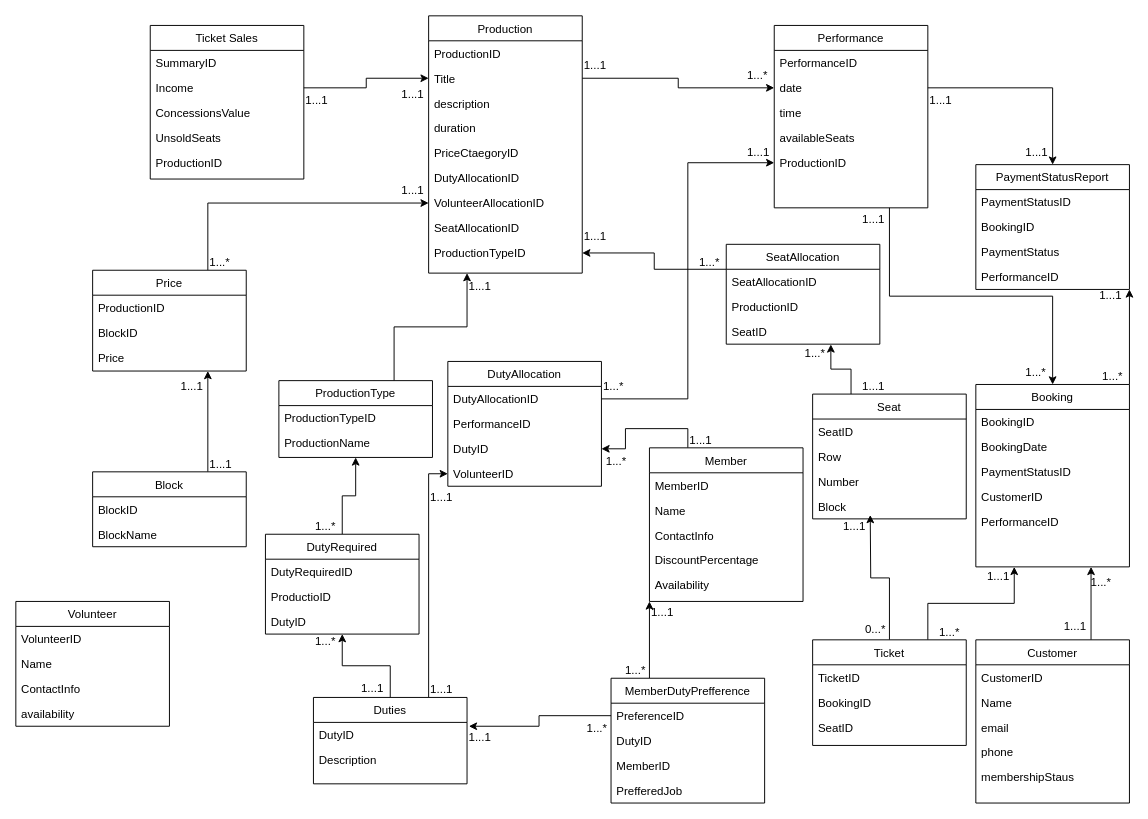
This is Untitled Diagram.drawio from iamheetp/ecomstore, a draw.io file, before an edit. Source tidied: cells renumbered, new cells numbered last; positions are measured from the earlier drawing's top-left corner, leaving out a move shared by most shapes. Both pictures are drawn from the tidied source at 96%, with x=0, y=0 at pixel (15, 15).
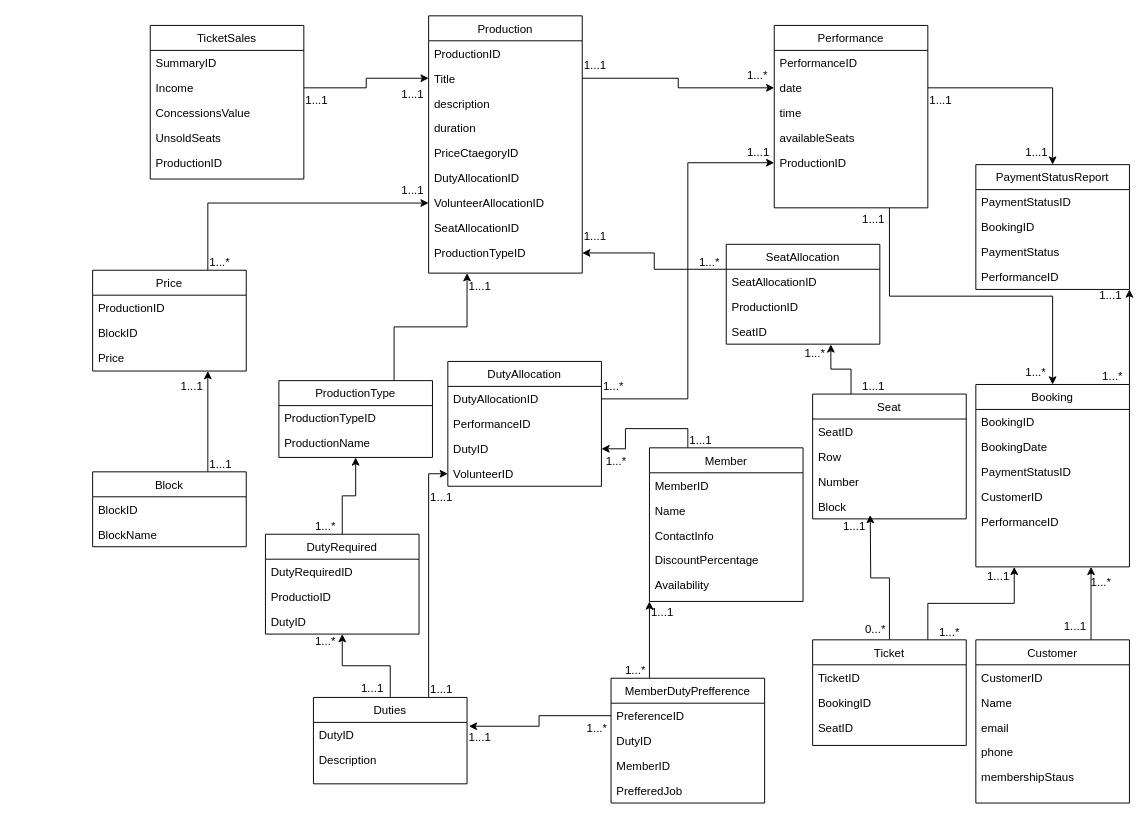
After the change.

Change to the diagram source:
```diff
@@
-    <mxCell id="7" value="Volunteer" style="swimlane;fontStyle=0;align=center;verticalAlign=top;horizontal=1;startSize=26;rounded=0;shadow=0;strokeWidth=1;" parent="1" vertex="1">
-      <mxGeometry y="610" width="160" height="130" as="geometry" />
-    </mxCell>
-    <mxCell id="8" value="VolunteerID" style="text;align=left;verticalAlign=top;spacingLeft=4;spacingRight=4;overflow=hidden;" parent="7" vertex="1">
-      <mxGeometry y="26" width="160" height="26" as="geometry" />
-    </mxCell>
-    <mxCell id="9" value="Name" style="text;align=left;verticalAlign=top;spacingLeft=4;spacingRight=4;overflow=hidden;rounded=0;shadow=0;html=0;" parent="7" vertex="1">
-      <mxGeometry y="52" width="160" height="26" as="geometry" />
-    </mxCell>
-    <mxCell id="10" value="ContactInfo" style="text;align=left;verticalAlign=top;spacingLeft=4;spacingRight=4;overflow=hidden;rounded=0;shadow=0;html=0;" parent="7" vertex="1">
-      <mxGeometry y="78" width="160" height="26" as="geometry" />
-    </mxCell>
-    <mxCell id="11" value="availability" style="text;align=left;verticalAlign=top;spacingLeft=4;spacingRight=4;overflow=hidden;rounded=0;shadow=0;html=0;" parent="7" vertex="1">
-      <mxGeometry y="104" width="160" height="26" as="geometry" />
-    </mxCell>
@@
-    <mxCell id="46" value="Ticket Sales" style="swimlane;fontStyle=0;align=center;verticalAlign=top;horizontal=1;startSize=26;rounded=0;shadow=0;strokeWidth=1;" parent="1" vertex="1">
+    <mxCell id="46" value="TicketSales" style="swimlane;fontStyle=0;align=center;verticalAlign=top;horizontal=1;startSize=26;rounded=0;shadow=0;strokeWidth=1;" parent="1" vertex="1">
       <mxGeometry x="140" y="10" width="160" height="160" as="geometry" />
     </mxCell>
```
